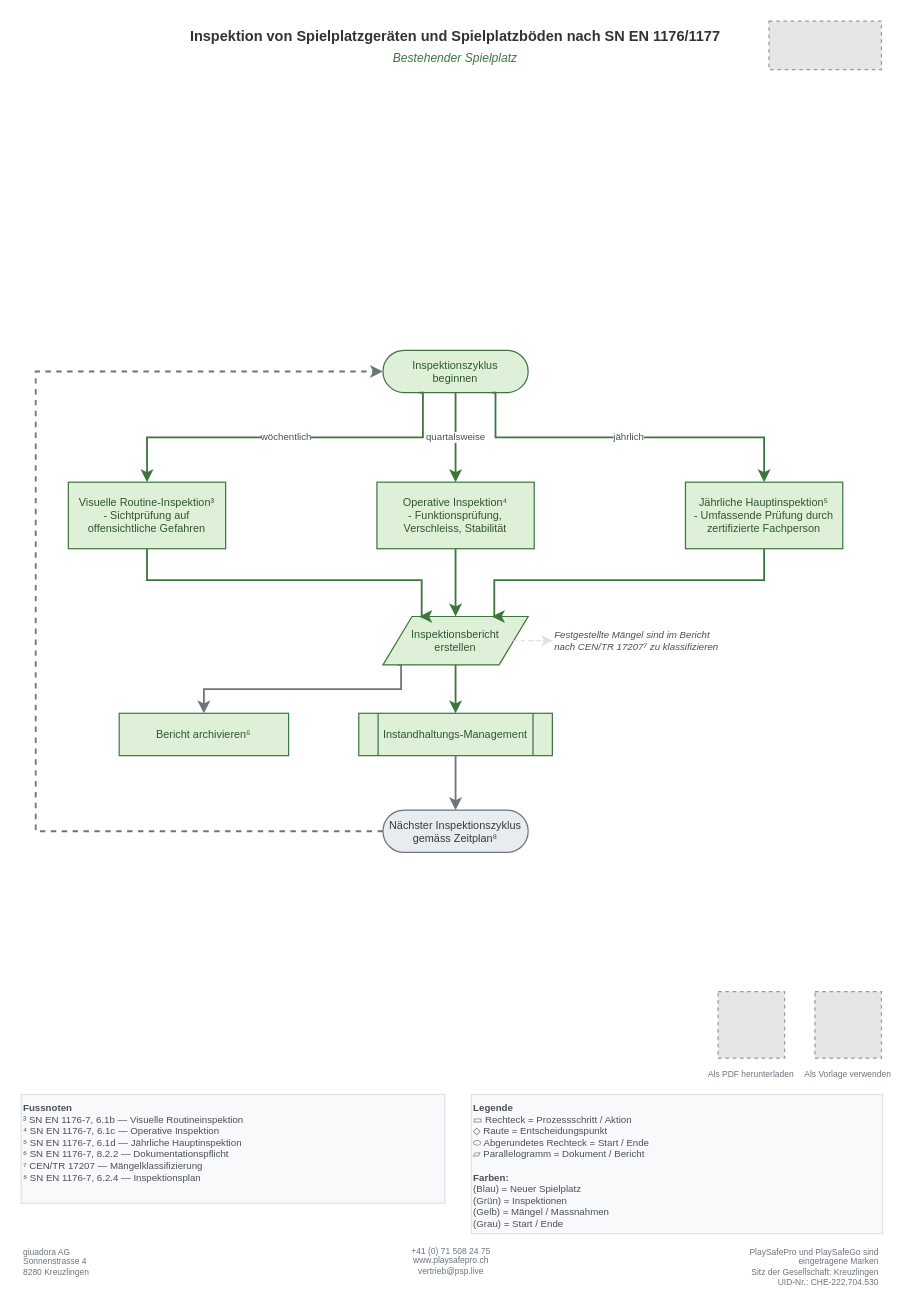
giuadora/ch.playsafepro.flowcharts keeps this draw.io diagram as Inspektion-von-Spielplatzgeraeten-und-Spielplatzboeden/Bestehender-Spielplatz.drawio. Above is the earlier version. Source tidied: cells renumbered, new cells numbered last; positions are measured from the earlier drawing's top-left corner, leaving out a move shared by most shapes. Both pictures are drawn from the tidied source at 121%, with x=0, y=0 at pixel (21, 21). Pictures stored in the file or linked from it are replaced by grey dashed boxes.
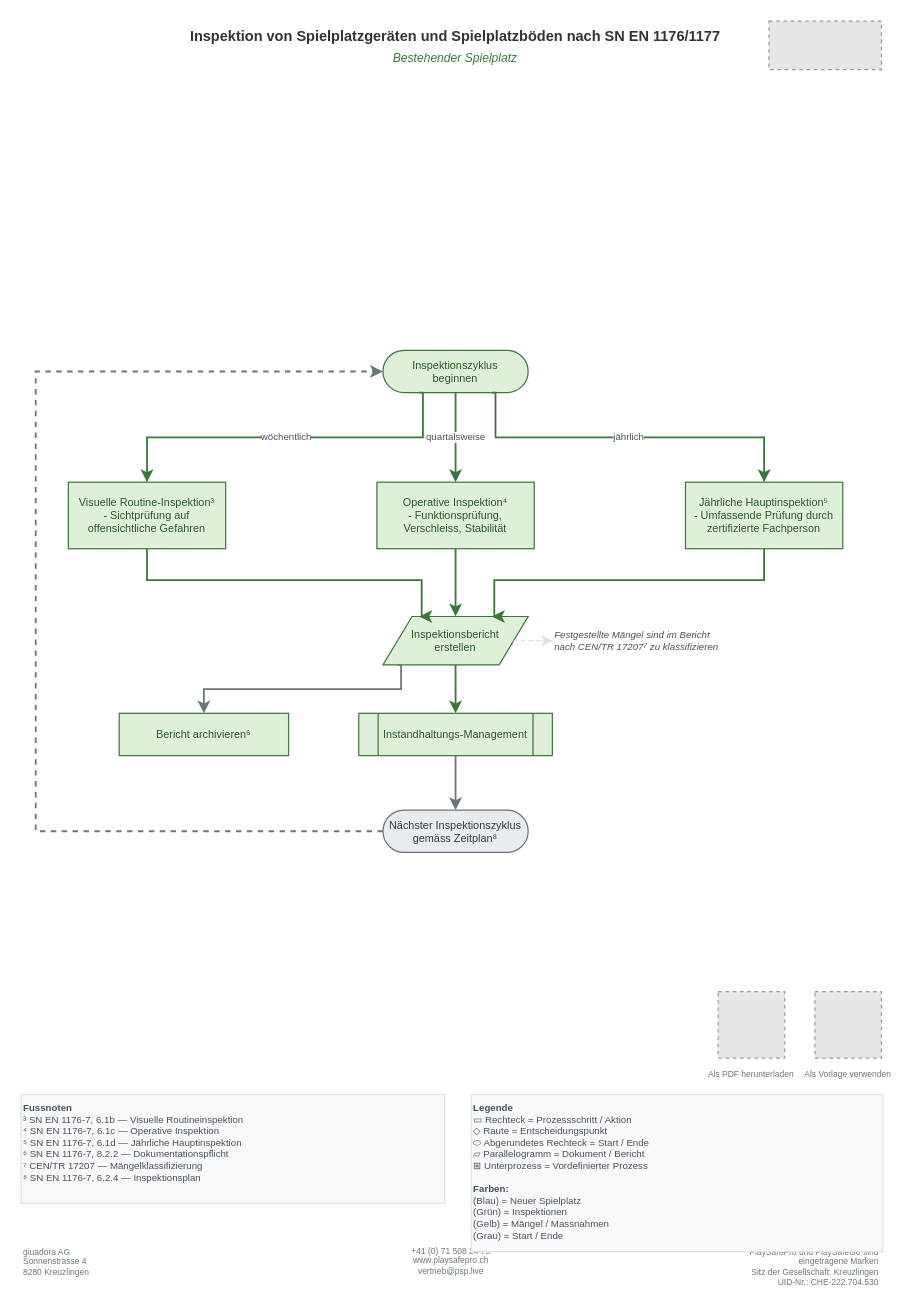
After the change.

Commit message (it also covers changes not shown here):
feat(09-01): add subprocess symbol to legends and update QR codes

- Added ⊞ Unterprozess = Vordefinierter Prozess to both flowchart legends
- Increased legend height from 115 to 130 to accommodate new entry
- Updated QR1 in FC1 to point to Neuer-Spielplatz.pdf
- Updated QR1 in FC2 to point to Bestehender-Spielplatz.pdf
- Updated QR2 in both files to point to shared README.md
- All files remain valid XML

Change to the diagram source:
```diff
@@
-    <mxCell id="22" value="&lt;b&gt;Legende&lt;/b&gt;&lt;br&gt;▭ Rechteck = Prozessschritt / Aktion&lt;br&gt;◇ Raute = Entscheidungspunkt&lt;br&gt;⬭ Abgerundetes Rechteck = Start / Ende&lt;br&gt;▱ Parallelogramm = Dokument / Bericht&lt;br&gt;&lt;br&gt;&lt;b&gt;Farben:&lt;/b&gt;&lt;br&gt;(Blau) = Neuer Spielplatz&lt;br&gt;(Grün) = Inspektionen&lt;br&gt;(Gelb) = Mängel / Massnahmen&lt;br&gt;(Grau) = Start / Ende" style="rounded=0;whiteSpace=wrap;html=1;fillColor=#F8F9FA;strokeColor=#DEE2E6;fontColor=#495057;fontSize=8;fontFamily=Helvetica;align=left;verticalAlign=top;" parent="1" vertex="1">
-      <mxGeometry x="372" y="887" width="340" height="115" as="geometry" />
+    <mxCell id="22" value="&lt;b&gt;Legende&lt;/b&gt;&lt;br&gt;▭ Rechteck = Prozessschritt / Aktion&lt;br&gt;◇ Raute = Entscheidungspunkt&lt;br&gt;⬭ Abgerundetes Rechteck = Start / Ende&lt;br&gt;▱ Parallelogramm = Dokument / Bericht&lt;br&gt;⊞ Unterprozess = Vordefinierter Prozess&lt;br&gt;&lt;br&gt;&lt;b&gt;Farben:&lt;/b&gt;&lt;br&gt;(Blau) = Neuer Spielplatz&lt;br&gt;(Grün) = Inspektionen&lt;br&gt;(Gelb) = Mängel / Massnahmen&lt;br&gt;(Grau) = Start / Ende" style="rounded=0;whiteSpace=wrap;html=1;fillColor=#F8F9FA;strokeColor=#DEE2E6;fontColor=#495057;fontSize=8;fontFamily=Helvetica;align=left;verticalAlign=top;" parent="1" vertex="1">
+      <mxGeometry x="372" y="887" width="340" height="130" as="geometry" />
     </mxCell>
```
